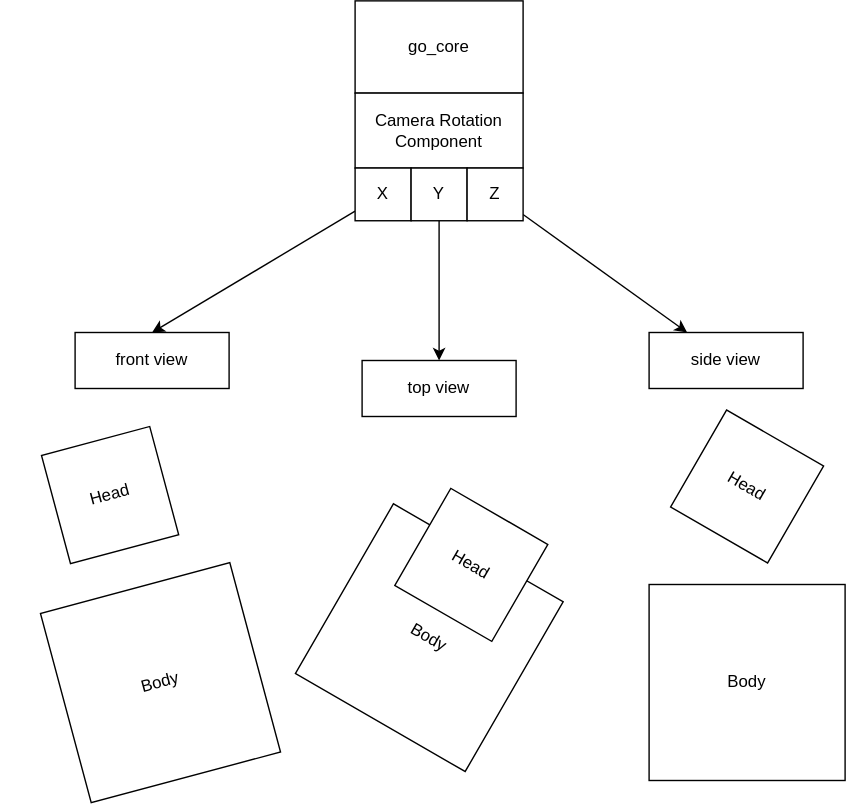
Above: crates/go_character/docs/diagrams/rotation.drawio.svg in Sigzaa/Griffsort-Bevy (draw.io), before the change. Source tidied: cells renumbered, new cells last; positions are measured from the earlier drawing's top-left corner, leaving out a move shared by most shapes.
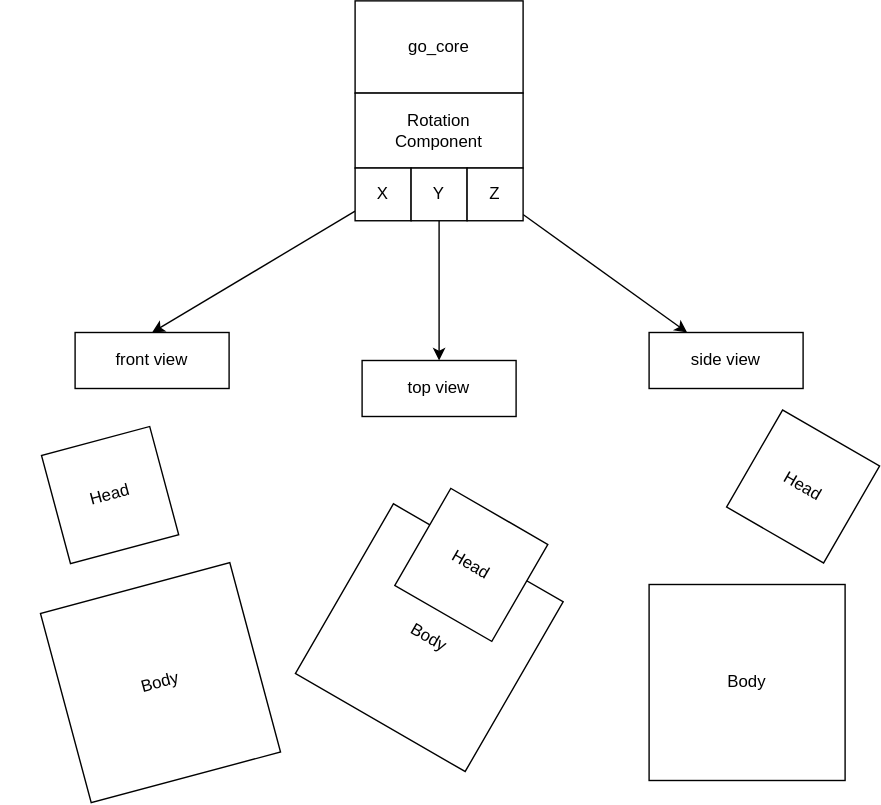
The same diagram one commit later.

Diff of the diagram source:
```diff
@@ -35,7 +35,7 @@
     <mxCell id="12" value="go_core" style="whiteSpace=wrap;html=1;" parent="11" vertex="1">
       <mxGeometry width="120" height="65.9" as="geometry" />
     </mxCell>
-    <mxCell id="13" value="Camera Rotation Component" style="whiteSpace=wrap;html=1;" parent="11" vertex="1">
+    <mxCell id="13" value="Rotation &lt;br&gt;Component" style="whiteSpace=wrap;html=1;" parent="11" vertex="1">
       <mxGeometry y="65.9" width="120" height="53.5" as="geometry" />
     </mxCell>
     <mxCell id="14" value="X" style="whiteSpace=wrap;html=1;" parent="11" vertex="1">
@@ -51,7 +51,7 @@
       <mxGeometry x="433" y="292.4" width="140" height="264.6" as="geometry" />
     </mxCell>
     <mxCell id="18" value="Head" style="whiteSpace=wrap;html=1;rotation=30;" parent="17" vertex="1">
-      <mxGeometry x="30" y="14.6" width="80" height="80" as="geometry" />
+      <mxGeometry x="70" y="14.6" width="80" height="80" as="geometry" />
     </mxCell>
     <mxCell id="19" value="Body" style="whiteSpace=wrap;html=1;" parent="17" vertex="1">
       <mxGeometry y="124.6" width="140" height="140" as="geometry" />
```
